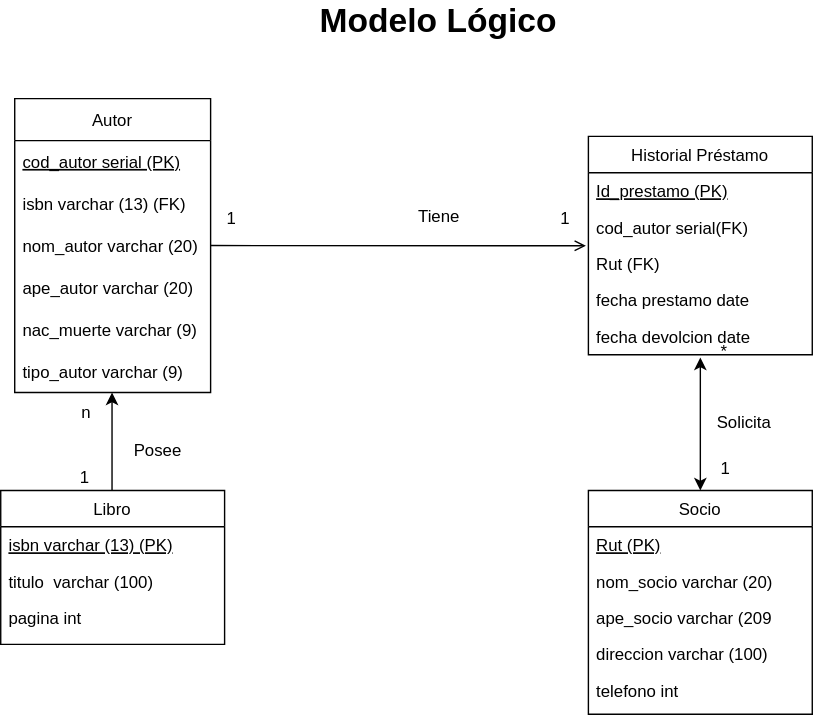
Above: Modelo logico.drawio.svg in FranSantander/-Biblioteca (draw.io), before the change. Source tidied: cells renumbered, new cells last; positions are measured from the earlier drawing's top-left corner, leaving out a move shared by most shapes.
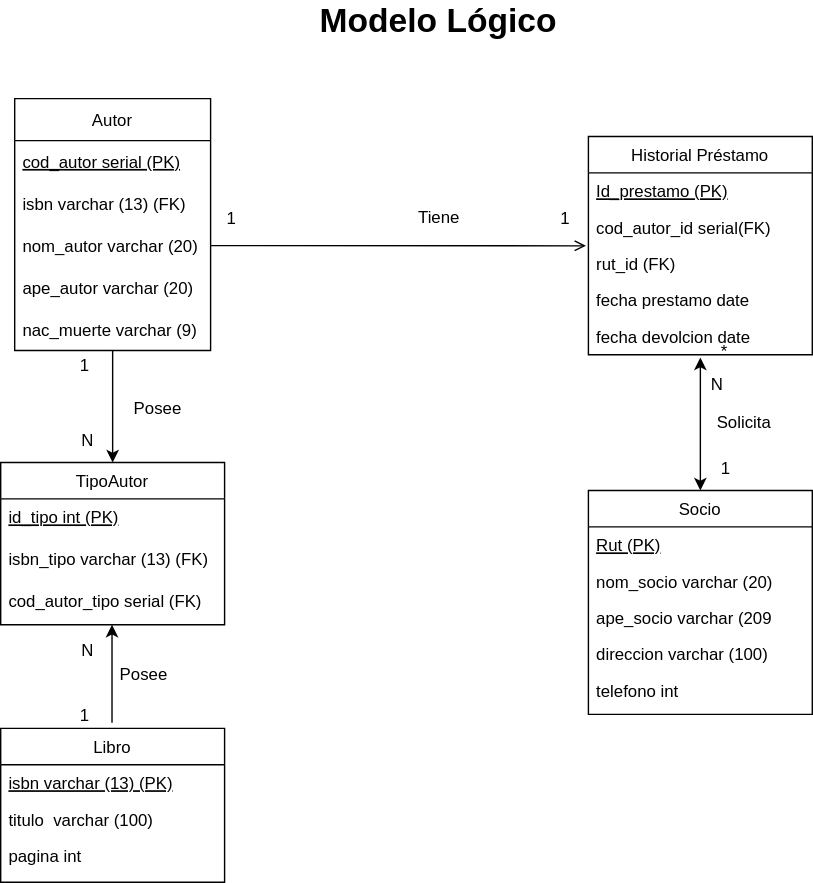
The same file after the commit.

The edit, as a diff of the source:
```diff
@@ -8,10 +8,10 @@
     <mxCell id="3" value="Id_prestamo (PK)" style="text;align=left;verticalAlign=top;spacingLeft=4;spacingRight=4;overflow=hidden;fontStyle=4;" parent="2" vertex="1">
       <mxGeometry y="26" width="160" height="26" as="geometry" />
     </mxCell>
-    <mxCell id="4" value="cod_autor serial(FK)" style="text;align=left;verticalAlign=top;spacingLeft=4;spacingRight=4;overflow=hidden;rounded=0;shadow=0;html=0;" parent="2" vertex="1">
+    <mxCell id="4" value="cod_autor_id serial(FK)" style="text;align=left;verticalAlign=top;spacingLeft=4;spacingRight=4;overflow=hidden;rounded=0;shadow=0;html=0;" parent="2" vertex="1">
       <mxGeometry y="52" width="160" height="26" as="geometry" />
     </mxCell>
-    <mxCell id="5" value="Rut (FK)" style="text;align=left;verticalAlign=top;spacingLeft=4;spacingRight=4;overflow=hidden;points=[[0,0.5],[1,0.5]];portConstraint=eastwest;rounded=0;shadow=0;html=0;" parent="2" vertex="1">
+    <mxCell id="5" value="rut_id (FK)" style="text;align=left;verticalAlign=top;spacingLeft=4;spacingRight=4;overflow=hidden;points=[[0,0.5],[1,0.5]];portConstraint=eastwest;rounded=0;shadow=0;html=0;" parent="2" vertex="1">
       <mxGeometry y="78" width="160" height="26" as="geometry" />
     </mxCell>
     <mxCell id="6" value="fecha prestamo date" style="text;align=left;verticalAlign=top;spacingLeft=4;spacingRight=4;overflow=hidden;fontStyle=0;" parent="2" vertex="1">
@@ -76,13 +76,13 @@
     <mxCell id="21" style="endArrow=classic;startArrow=classic;html=1;rounded=0;entryX=0.5;entryY=1.077;entryDx=0;entryDy=0;entryPerimeter=0;" parent="1" edge="1" source="15" target="7">
       <mxGeometry relative="1" as="geometry" />
     </mxCell>
-    <mxCell id="22" value="n" style="align=left;verticalAlign=bottom;labelBackgroundColor=none;fontSize=12;" parent="1" vertex="1">
-      <mxGeometry x="150" y="220" as="geometry">
+    <mxCell id="22" value="N" style="align=left;verticalAlign=bottom;labelBackgroundColor=none;fontSize=12;" parent="1" vertex="1">
+      <mxGeometry x="150" y="390" as="geometry">
         <mxPoint x="-94" y="83" as="offset" />
       </mxGeometry>
     </mxCell>
     <mxCell id="23" value="1" style="align=left;verticalAlign=bottom;labelBackgroundColor=none;fontSize=12;" parent="1" vertex="1">
-      <mxGeometry x="140" y="210" as="geometry">
+      <mxGeometry x="140" y="380" as="geometry">
         <mxPoint x="-85" y="139" as="offset" />
       </mxGeometry>
     </mxCell>
@@ -91,12 +91,12 @@
     </mxCell>
     <mxCell id="25" style="endArrow=classic;html=1;rounded=0;fontSize=24;entryX=0.5;entryY=1;entryDx=0;entryDy=0;" parent="1" edge="1">
       <mxGeometry relative="1" as="geometry">
-        <mxPoint x="79.6" y="350" as="sourcePoint" />
-        <mxPoint x="79.6" y="280" as="targetPoint" />
+        <mxPoint x="79.6" y="516" as="sourcePoint" />
+        <mxPoint x="79.6" y="446" as="targetPoint" />
       </mxGeometry>
     </mxCell>
     <mxCell id="26" value="Libro" style="swimlane;fontStyle=0;align=center;verticalAlign=top;horizontal=1;startSize=26;rounded=0;shadow=0;strokeWidth=1;" parent="1" vertex="1">
-      <mxGeometry y="350" width="160" height="110" as="geometry" />
+      <mxGeometry y="520" width="160" height="110" as="geometry" />
     </mxCell>
     <mxCell id="27" value="isbn varchar (13) (PK)" style="text;align=left;verticalAlign=top;spacingLeft=4;spacingRight=4;overflow=hidden;fontStyle=4;" parent="26" vertex="1">
       <mxGeometry y="26" width="160" height="26" as="geometry" />
@@ -108,7 +108,7 @@
       <mxGeometry y="78" width="160" height="26" as="geometry" />
     </mxCell>
     <mxCell id="30" value="Autor" style="swimlane;fontStyle=0;horizontal=1;startSize=30;" parent="1" vertex="1">
-      <mxGeometry x="10" y="70" width="140" height="210" as="geometry" />
+      <mxGeometry x="10" y="70" width="140" height="180" as="geometry" />
     </mxCell>
     <mxCell id="31" value="cod_autor serial (PK)" style="text;strokeColor=none;fillColor=none;align=left;verticalAlign=middle;spacingLeft=4;spacingRight=4;overflow=hidden;fontStyle=4;" parent="30" vertex="1">
       <mxGeometry y="30" width="140" height="30" as="geometry" />
@@ -125,13 +125,47 @@
     <mxCell id="35" value="nac_muerte varchar (9)" style="text;strokeColor=none;fillColor=none;align=left;verticalAlign=middle;spacingLeft=4;spacingRight=4;overflow=hidden;" parent="30" vertex="1">
       <mxGeometry y="150" width="140" height="30" as="geometry" />
     </mxCell>
-    <mxCell id="36" value="tipo_autor varchar (9)" style="text;strokeColor=none;fillColor=none;align=left;verticalAlign=middle;spacingLeft=4;spacingRight=4;overflow=hidden;" parent="30" vertex="1">
-      <mxGeometry y="180" width="140" height="30" as="geometry" />
-    </mxCell>
     <mxCell id="37" value="Posee" style="text;html=1;align=center;verticalAlign=middle;labelBackgroundColor=none;rounded=0;shadow=0;strokeWidth=1;fontSize=12;" parent="1" vertex="1">
-      <mxGeometry x="90" y="250" as="geometry">
+      <mxGeometry x="80" y="410" as="geometry">
         <mxPoint x="22" y="72" as="offset" />
       </mxGeometry>
     </mxCell>
+    <mxCell id="38" value="TipoAutor" style="swimlane;fontStyle=0;horizontal=1;startSize=26;align=center;fontSize=12;" parent="1" vertex="1">
+      <mxGeometry y="330" width="160" height="116" as="geometry" />
+    </mxCell>
+    <mxCell id="39" value="id_tipo int (PK)" style="text;strokeColor=none;fillColor=none;spacingLeft=4;spacingRight=4;overflow=hidden;fontSize=12;fontStyle=4;" parent="38" vertex="1">
+      <mxGeometry y="26" width="160" height="30" as="geometry" />
+    </mxCell>
+    <mxCell id="40" value="isbn_tipo varchar (13) (FK)" style="text;strokeColor=none;fillColor=none;spacingLeft=4;spacingRight=4;overflow=hidden;fontSize=12;" parent="38" vertex="1">
+      <mxGeometry y="56" width="160" height="30" as="geometry" />
+    </mxCell>
+    <mxCell id="41" value="cod_autor_tipo serial (FK)" style="text;strokeColor=none;fillColor=none;spacingLeft=4;spacingRight=4;overflow=hidden;fontSize=12;" parent="38" vertex="1">
+      <mxGeometry y="86" width="160" height="30" as="geometry" />
+    </mxCell>
+    <mxCell id="42" style="endArrow=classic;html=1;rounded=0;fontSize=24;entryX=0.5;entryY=0;entryDx=0;entryDy=0;" parent="1" edge="1" target="38">
+      <mxGeometry relative="1" as="geometry">
+        <mxPoint x="80" y="250" as="sourcePoint" />
+      </mxGeometry>
+    </mxCell>
+    <mxCell id="43" value="1" style="align=left;verticalAlign=bottom;labelBackgroundColor=none;fontSize=12;" parent="1" vertex="1">
+      <mxGeometry x="140" y="130" as="geometry">
+        <mxPoint x="-85" y="139" as="offset" />
+      </mxGeometry>
+    </mxCell>
+    <mxCell id="44" value="N" style="align=left;verticalAlign=bottom;labelBackgroundColor=none;fontSize=12;" parent="1" vertex="1">
+      <mxGeometry x="150" y="240" as="geometry">
+        <mxPoint x="-94" y="83" as="offset" />
+      </mxGeometry>
+    </mxCell>
+    <mxCell id="45" value="N" style="align=left;verticalAlign=bottom;labelBackgroundColor=none;fontSize=12;" parent="1" vertex="1">
+      <mxGeometry x="600" y="200" as="geometry">
+        <mxPoint x="-94" y="83" as="offset" />
+      </mxGeometry>
+    </mxCell>
+    <mxCell id="46" value="Posee" style="text;html=1;align=center;verticalAlign=middle;labelBackgroundColor=none;rounded=0;shadow=0;strokeWidth=1;fontSize=12;" parent="1" vertex="1">
+      <mxGeometry x="90" y="220" as="geometry">
+        <mxPoint x="22" y="72" as="offset" />
+      </mxGeometry>
+    </mxCell>
   </root>
 </mxGraphModel>
```
